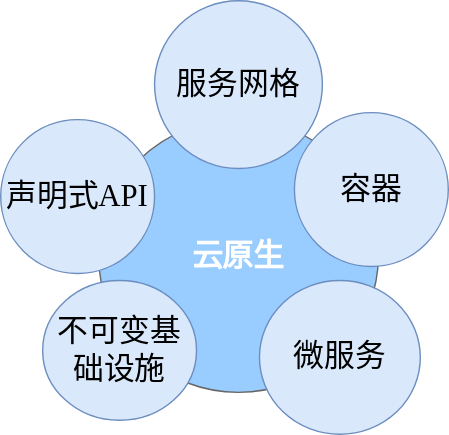
Earlier version of the draw.io export test/未命名绘图.drawio.svg (YunZh1Jun/tmp). Source tidied: cells renumbered, new cells last; positions are measured from the earlier drawing's top-left corner, leaving out a move shared by most shapes.
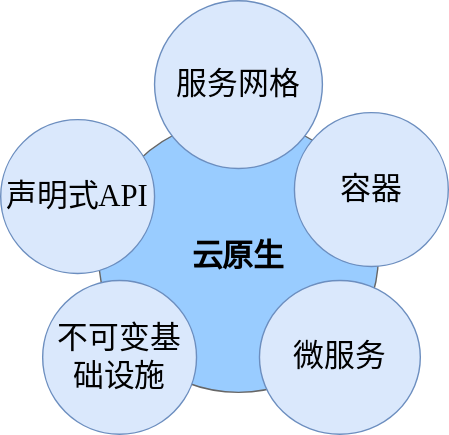
After the commit.

Commit message:
更新未命名绘图.drawio.svg

The edit, as a diff of the source:
```diff
@@ -2,7 +2,7 @@
   <root>
     <mxCell id="0" />
     <mxCell id="1" parent="0" />
-    <mxCell id="2" value="&lt;b&gt;&lt;font color=&quot;#ffffff&quot;&gt;云原生&lt;/font&gt;&lt;/b&gt;" style="ellipse;whiteSpace=wrap;html=1;rounded=0;shadow=0;dashed=0;comic=0;fontFamily=Verdana;fontSize=22;fontColor=#0069D1;fillColor=#99CCFF;strokeColor=#666666;" parent="1" vertex="1">
+    <mxCell id="2" value="&lt;b&gt;&lt;font color=&quot;#000000&quot;&gt;云原生&lt;/font&gt;&lt;/b&gt;" style="ellipse;whiteSpace=wrap;html=1;rounded=0;shadow=0;dashed=0;comic=0;fontFamily=Verdana;fontSize=22;fontColor=#0069D1;fillColor=#99CCFF;strokeColor=#666666;" parent="1" vertex="1">
       <mxGeometry x="70" y="85" width="200" height="195" as="geometry" />
     </mxCell>
     <mxCell id="3" value="服务网格" style="ellipse;whiteSpace=wrap;html=1;rounded=0;shadow=0;dashed=0;comic=0;fontFamily=Verdana;fontSize=22;fillColor=#dae8fc;strokeColor=#6c8ebf;" parent="1" vertex="1">
@@ -18,7 +18,7 @@
       <mxGeometry x="210" y="80" width="110" height="110" as="geometry" />
     </mxCell>
     <mxCell id="7" value="不可变基础设施" style="ellipse;whiteSpace=wrap;html=1;rounded=0;shadow=0;dashed=0;comic=0;fontFamily=Verdana;fontSize=22;fillColor=#dae8fc;strokeColor=#6c8ebf;" parent="1" vertex="1">
-      <mxGeometry x="30" y="200" width="110" height="100" as="geometry" />
+      <mxGeometry x="30" y="200" width="110" height="110" as="geometry" />
     </mxCell>
   </root>
 </mxGraphModel>
```
